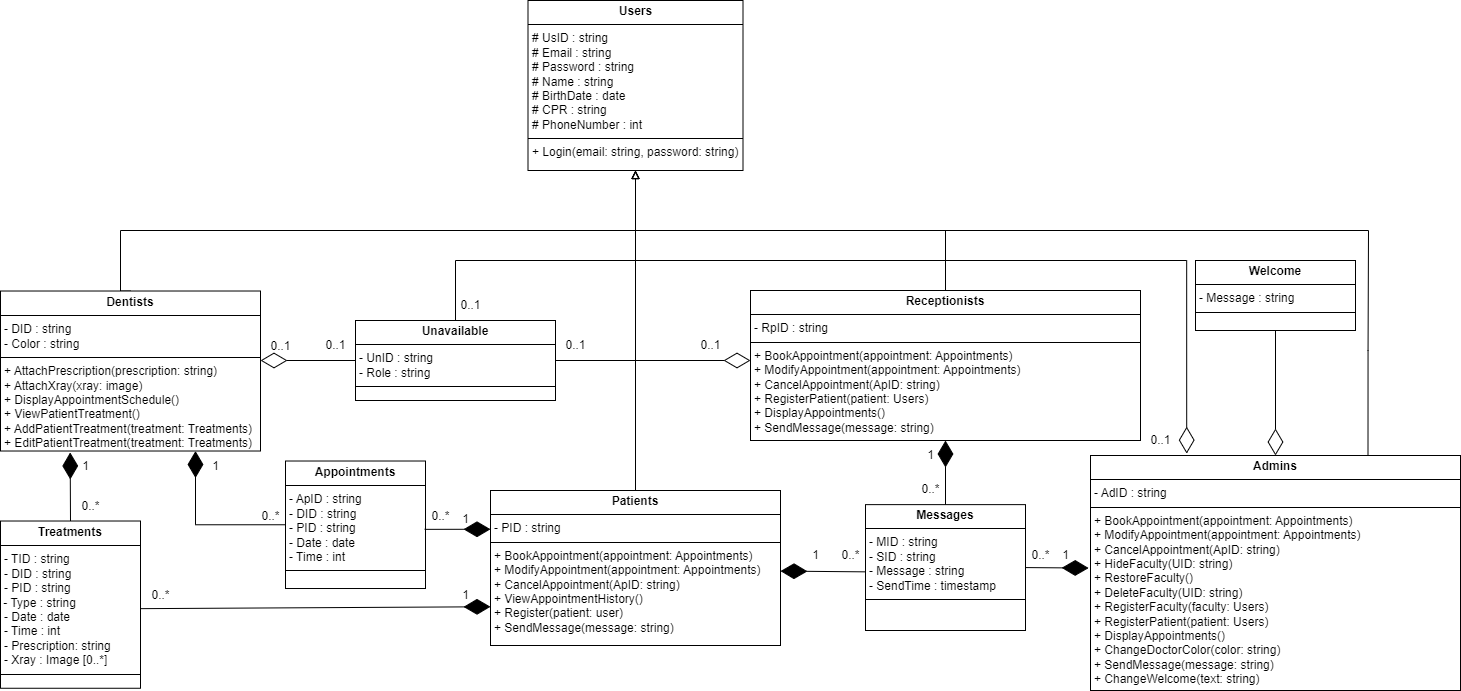
Earlier version of the draw.io export Design/Class Diagram.png (MohamedIsa/Dental-Clinic-System). Source tidied: cells renumbered, new cells last; positions are measured from the earlier drawing's top-left corner, leaving out a move shared by most shapes.
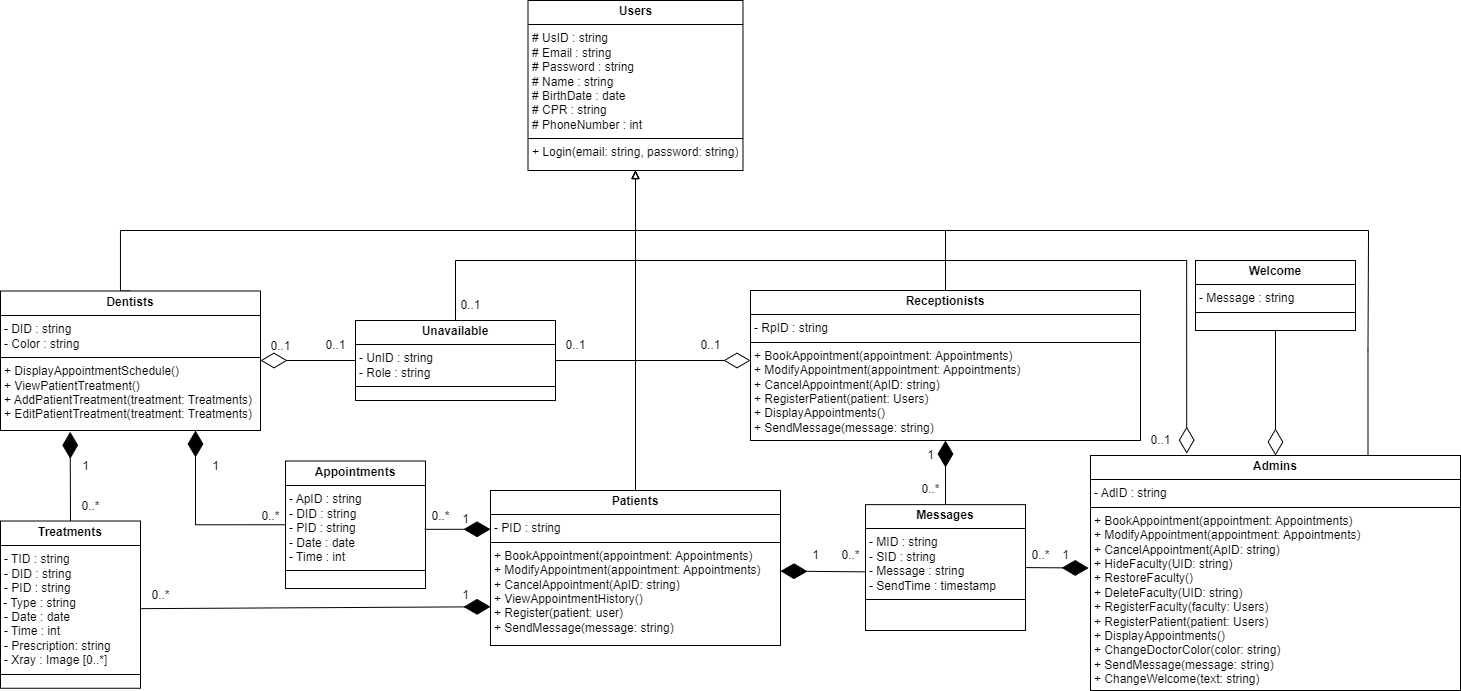
After the commit.

What changed in the source:
```diff
@@ -10,8 +10,8 @@
         </Array>
       </mxGeometry>
     </mxCell>
-    <mxCell id="3" value="&lt;p style=&quot;margin:0px;margin-top:4px;text-align:center;&quot;&gt;&lt;b&gt;Dentists&lt;/b&gt;&lt;/p&gt;&lt;hr size=&quot;1&quot; style=&quot;border-style:solid;&quot;&gt;&lt;p style=&quot;margin:0px;margin-left:4px;&quot;&gt;- DID : string&lt;/p&gt;&lt;p style=&quot;margin:0px;margin-left:4px;&quot;&gt;- Color : string&lt;/p&gt;&lt;hr size=&quot;1&quot; style=&quot;border-style:solid;&quot;&gt;&lt;p style=&quot;margin:0px;margin-left:4px;&quot;&gt;&lt;span style=&quot;background-color: initial;&quot;&gt;+ AttachPrescription(prescription: string)&lt;/span&gt;&lt;br&gt;&lt;/p&gt;&lt;p style=&quot;margin: 0px 0px 0px 4px;&quot;&gt;&lt;span style=&quot;background-color: initial;&quot;&gt;+ AttachXray(xray: image)&lt;/span&gt;&lt;/p&gt;&lt;p style=&quot;margin:0px;margin-left:4px;&quot;&gt;+ DisplayAppointmentSchedule()&lt;/p&gt;&lt;p style=&quot;margin:0px;margin-left:4px;&quot;&gt;+ ViewPatientTreatment()&lt;/p&gt;&lt;p style=&quot;margin:0px;margin-left:4px;&quot;&gt;+ AddPatientTreatment(treatment:&amp;nbsp;&lt;span style=&quot;background-color: initial; font-size: inherit;&quot;&gt;Treatments&lt;/span&gt;&lt;span style=&quot;background-color: initial;&quot;&gt;)&lt;/span&gt;&lt;/p&gt;&lt;p style=&quot;margin:0px;margin-left:4px;&quot;&gt;+ EditPatientTreatment(&lt;span style=&quot;background-color: initial;&quot;&gt;treatment:&amp;nbsp;&lt;/span&gt;&lt;span style=&quot;background-color: initial;&quot;&gt;Treatments&lt;/span&gt;&lt;span style=&quot;background-color: initial;&quot;&gt;)&lt;/span&gt;&lt;/p&gt;" style="verticalAlign=top;align=left;overflow=fill;html=1;whiteSpace=wrap;" parent="1" vertex="1">
-      <mxGeometry y="290.5" width="260" height="160" as="geometry" />
+    <mxCell id="3" value="&lt;p style=&quot;margin:0px;margin-top:4px;text-align:center;&quot;&gt;&lt;b&gt;Dentists&lt;/b&gt;&lt;/p&gt;&lt;hr size=&quot;1&quot; style=&quot;border-style:solid;&quot;&gt;&lt;p style=&quot;margin:0px;margin-left:4px;&quot;&gt;- DID : string&lt;/p&gt;&lt;p style=&quot;margin:0px;margin-left:4px;&quot;&gt;- Color : string&lt;/p&gt;&lt;hr size=&quot;1&quot; style=&quot;border-style:solid;&quot;&gt;&lt;p style=&quot;margin:0px;margin-left:4px;&quot;&gt;&lt;span style=&quot;background-color: initial;&quot;&gt;+ DisplayAppointmentSchedule()&lt;/span&gt;&lt;br&gt;&lt;/p&gt;&lt;p style=&quot;margin:0px;margin-left:4px;&quot;&gt;+ ViewPatientTreatment()&lt;/p&gt;&lt;p style=&quot;margin:0px;margin-left:4px;&quot;&gt;+ AddPatientTreatment(treatment:&amp;nbsp;&lt;span style=&quot;background-color: initial; font-size: inherit;&quot;&gt;Treatments&lt;/span&gt;&lt;span style=&quot;background-color: initial;&quot;&gt;)&lt;/span&gt;&lt;/p&gt;&lt;p style=&quot;margin:0px;margin-left:4px;&quot;&gt;+ EditPatientTreatment(&lt;span style=&quot;background-color: initial;&quot;&gt;treatment:&amp;nbsp;&lt;/span&gt;&lt;span style=&quot;background-color: initial;&quot;&gt;Treatments&lt;/span&gt;&lt;span style=&quot;background-color: initial;&quot;&gt;)&lt;/span&gt;&lt;/p&gt;" style="verticalAlign=top;align=left;overflow=fill;html=1;whiteSpace=wrap;" parent="1" vertex="1">
+      <mxGeometry y="290.5" width="260" height="139.5" as="geometry" />
     </mxCell>
     <mxCell id="4" value="&lt;p style=&quot;margin:0px;margin-top:4px;text-align:center;&quot;&gt;&lt;b&gt;Patients&lt;/b&gt;&lt;br&gt;&lt;/p&gt;&lt;hr size=&quot;1&quot; style=&quot;border-style:solid;&quot;&gt;&lt;p style=&quot;margin:0px;margin-left:4px;&quot;&gt;- PID : string&lt;br&gt;&lt;/p&gt;&lt;hr size=&quot;1&quot; style=&quot;border-style:solid;&quot;&gt;&lt;p style=&quot;margin: 0px 0px 0px 4px;&quot;&gt;+ BookAppointment(appointment: Appointments)&lt;span style=&quot;background-color: initial;&quot;&gt;&lt;br&gt;&lt;/span&gt;&lt;/p&gt;&lt;p style=&quot;margin: 0px 0px 0px 4px;&quot;&gt;+ ModifyAppointment(appointment: Appointments&lt;span style=&quot;background-color: initial;&quot;&gt;)&lt;/span&gt;&lt;/p&gt;&lt;p style=&quot;margin: 0px 0px 0px 4px;&quot;&gt;&lt;span style=&quot;background-color: initial;&quot;&gt;+ CancelAppointment(ApID: string)&lt;/span&gt;&lt;/p&gt;&lt;p style=&quot;margin:0px;margin-left:4px;&quot;&gt;+ ViewAppointmentHistory()&lt;span style=&quot;background-color: initial;&quot;&gt;&lt;br&gt;&lt;/span&gt;&lt;/p&gt;&lt;p style=&quot;margin:0px;margin-left:4px;&quot;&gt;+ Register(&lt;span style=&quot;background-color: initial;&quot;&gt;patient: user&lt;/span&gt;&lt;span style=&quot;background-color: initial;&quot;&gt;)&lt;/span&gt;&lt;/p&gt;&lt;p style=&quot;margin:0px;margin-left:4px;&quot;&gt;&lt;span style=&quot;background-color: initial;&quot;&gt;+ SendMessage(message: string)&lt;/span&gt;&lt;br&gt;&lt;/p&gt;" style="verticalAlign=top;align=left;overflow=fill;html=1;whiteSpace=wrap;" parent="1" vertex="1">
       <mxGeometry x="490" y="490" width="290" height="155" as="geometry" />
```
